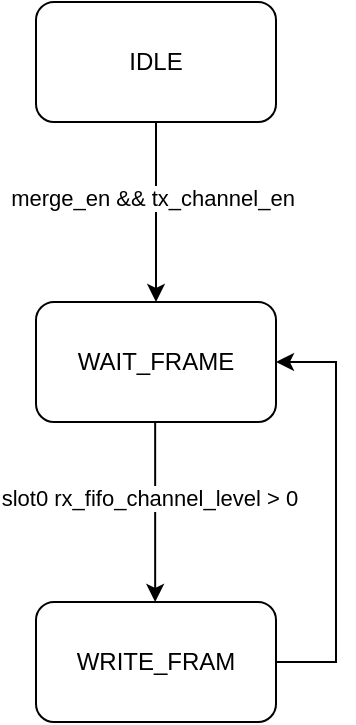
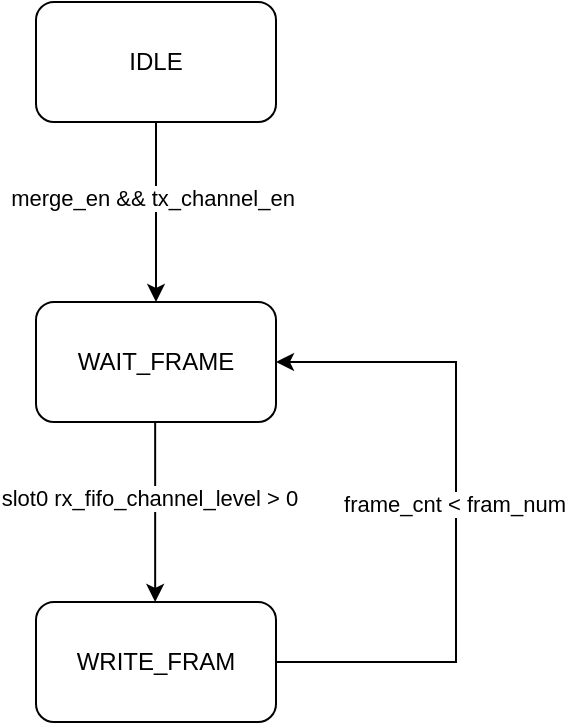
<mxfile host="app.diagrams.net">
  <diagram name="第 1 页" id="XjHAFqP7SQ1ti1ibUdli">
    <mxGraphModel dx="808" dy="455" grid="1" gridSize="10" guides="1" tooltips="1" connect="1" arrows="1" fold="1" page="1" pageScale="1" pageWidth="827" pageHeight="1169" math="0" shadow="0">
      <root>
        <mxCell id="0" />
        <mxCell id="1" parent="0" />
        <mxCell id="F9P4_Q8i71CQrRzi8wBo-1" parent="1" style="rounded=1;whiteSpace=wrap;html=1;" value="IDLE" vertex="1">
          <mxGeometry height="60" width="120" x="330" y="60" as="geometry" />
        </mxCell>
        <mxCell id="F9P4_Q8i71CQrRzi8wBo-2" edge="1" parent="1" source="F9P4_Q8i71CQrRzi8wBo-1" style="endArrow=classic;html=1;rounded=0;exitX=0.5;exitY=1;exitDx=0;exitDy=0;" value="">
          <mxGeometry height="50" relative="1" width="50" as="geometry">
            <mxPoint x="400" y="240" as="sourcePoint" />
            <mxPoint x="390" y="210" as="targetPoint" />
          </mxGeometry>
        </mxCell>
        <mxCell id="F9P4_Q8i71CQrRzi8wBo-3" connectable="0" parent="F9P4_Q8i71CQrRzi8wBo-2" style="edgeLabel;html=1;align=center;verticalAlign=middle;resizable=0;points=[];" value="merge_en &amp;amp;&amp;amp; tx_channel_en" vertex="1">
          <mxGeometry relative="1" x="-0.163" y="-2" as="geometry">
            <mxPoint as="offset" />
          </mxGeometry>
        </mxCell>
        <mxCell id="F9P4_Q8i71CQrRzi8wBo-4" parent="1" style="rounded=1;whiteSpace=wrap;html=1;" value="WAIT_FRAME" vertex="1">
          <mxGeometry height="60" width="120" x="330" y="210" as="geometry" />
        </mxCell>
        <mxCell id="F9P4_Q8i71CQrRzi8wBo-5" edge="1" parent="1" style="endArrow=classic;html=1;rounded=0;exitX=0.5;exitY=1;exitDx=0;exitDy=0;" value="">
          <mxGeometry height="50" relative="1" width="50" as="geometry">
            <mxPoint x="389.58" y="270" as="sourcePoint" />
            <mxPoint x="389.58" y="360" as="targetPoint" />
          </mxGeometry>
        </mxCell>
        <mxCell id="F9P4_Q8i71CQrRzi8wBo-6" connectable="0" parent="F9P4_Q8i71CQrRzi8wBo-5" style="edgeLabel;html=1;align=center;verticalAlign=middle;resizable=0;points=[];" value="slot0 rx_fifo_channel_level &amp;gt; 0&amp;nbsp;" vertex="1">
          <mxGeometry relative="1" x="-0.163" y="-2" as="geometry">
            <mxPoint as="offset" />
          </mxGeometry>
        </mxCell>
        <mxCell id="F9P4_Q8i71CQrRzi8wBo-7" parent="1" style="rounded=1;whiteSpace=wrap;html=1;" value="WRITE_FRAM" vertex="1">
          <mxGeometry height="60" width="120" x="330" y="360" as="geometry" />
        </mxCell>
-         <mxCell id="F9P4_Q8i71CQrRzi8wBo-8" edge="1" parent="1" source="F9P4_Q8i71CQrRzi8wBo-7" style="endArrow=classic;html=1;rounded=0;exitX=1;exitY=0.5;exitDx=0;exitDy=0;entryX=1;entryY=0.5;entryDx=0;entryDy=0;edgeStyle=entityRelationEdgeStyle;" target="F9P4_Q8i71CQrRzi8wBo-4" value="">
+         <mxCell id="F9P4_Q8i71CQrRzi8wBo-8" edge="1" parent="1" source="F9P4_Q8i71CQrRzi8wBo-7" style="endArrow=classic;html=1;rounded=0;exitX=1;exitY=0.5;exitDx=0;exitDy=0;entryX=1;entryY=0.5;entryDx=0;entryDy=0;edgeStyle=orthogonalEdgeStyle;" target="F9P4_Q8i71CQrRzi8wBo-4" value="">
          <mxGeometry height="50" relative="1" width="50" as="geometry">
+             <Array as="points">
+               <mxPoint x="540" y="390" />
+               <mxPoint x="540" y="240" />
+             </Array>
            <mxPoint x="490" y="400" as="sourcePoint" />
            <mxPoint x="540" y="350" as="targetPoint" />
+           </mxGeometry>
+         </mxCell>
+         <mxCell id="F9P4_Q8i71CQrRzi8wBo-9" connectable="0" parent="F9P4_Q8i71CQrRzi8wBo-8" style="edgeLabel;html=1;align=center;verticalAlign=middle;resizable=0;points=[];" value="frame_cnt &amp;lt; fram_num" vertex="1">
+           <mxGeometry relative="1" x="0.0261" y="1" as="geometry">
+             <mxPoint as="offset" />
          </mxGeometry>
        </mxCell>
      </root>
    </mxGraphModel>
  </diagram>
</mxfile>
